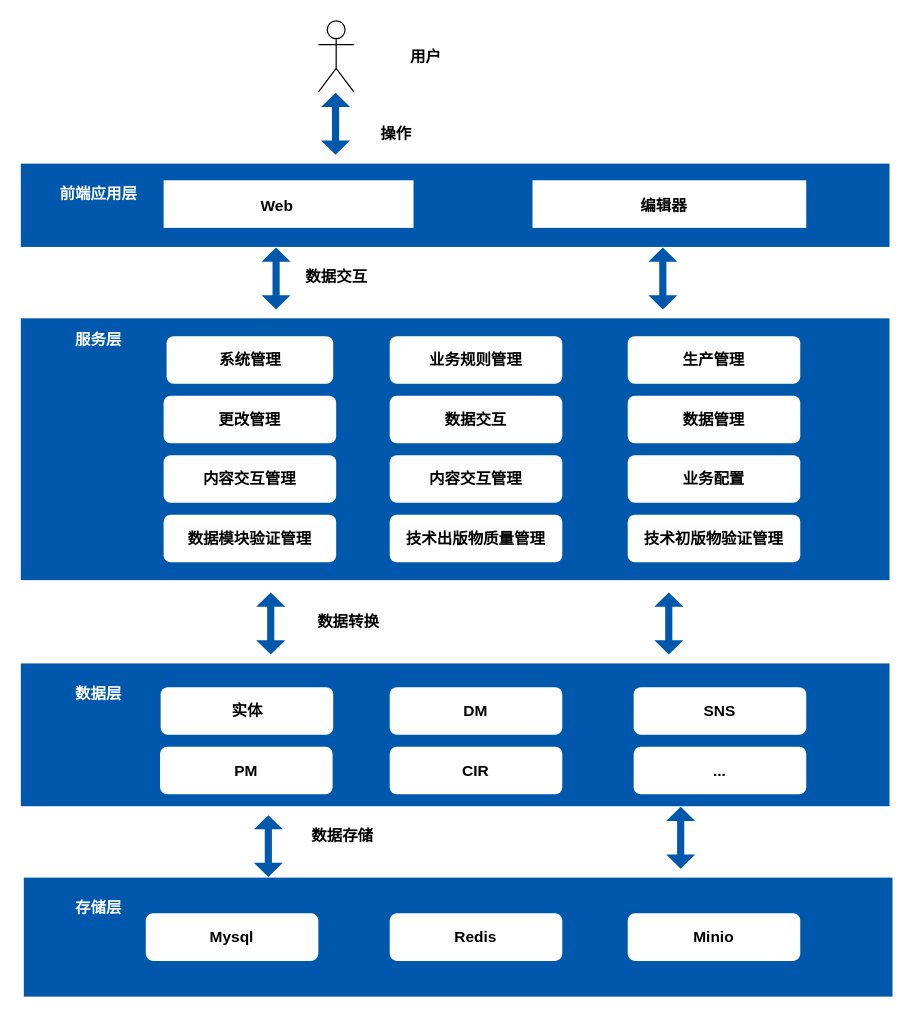
The draw.io diagram csdb/数据架构图.drawio in DemonHan/KuickBuy, before the edit. Source tidied: cells renumbered, new cells numbered last; positions are measured from the earlier drawing's top-left corner, leaving out a move shared by most shapes. Both pictures are drawn from the tidied source at 119%, with x=0, y=0 at pixel (20, 20).
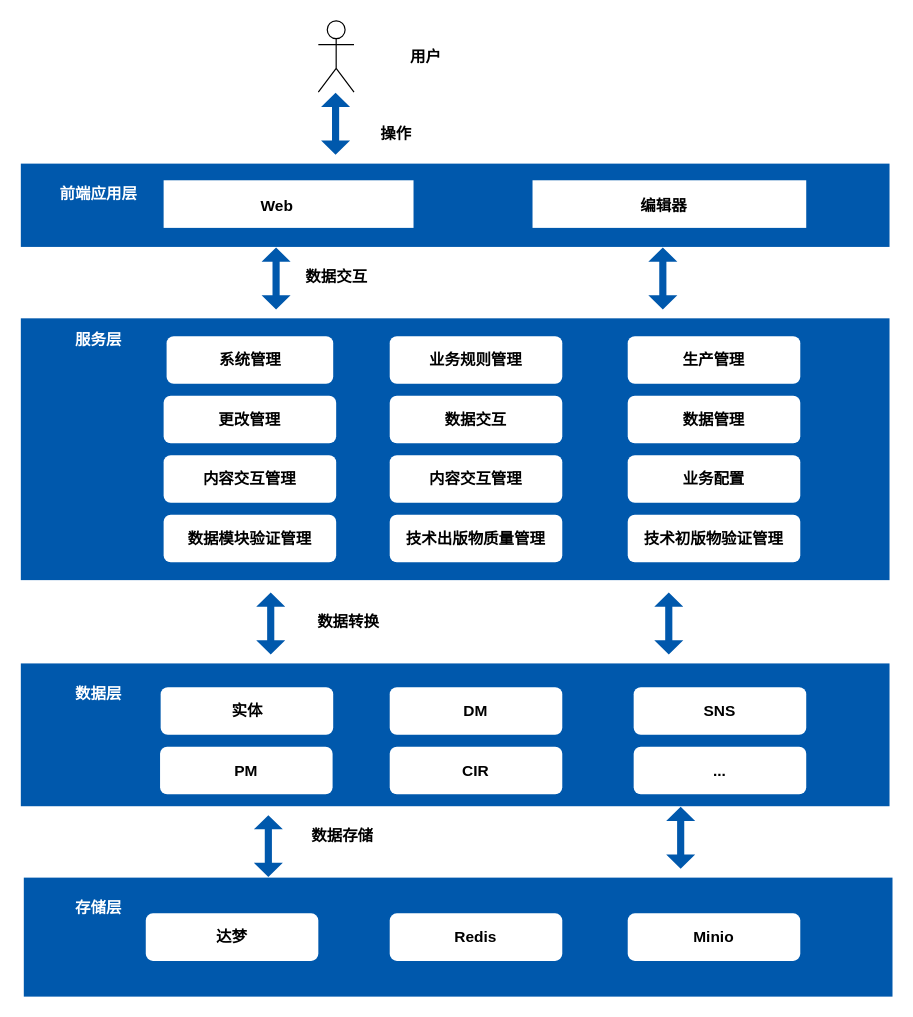
After the change.

Commit message:
更新数据架构图.drawio

Diff of the diagram source:
```diff
@@
-    <mxCell id="40" value="Mysql" style="rounded=1;whiteSpace=wrap;html=1;fontStyle=1;fontSize=13;strokeColor=none;fillColor=#FFFFFF;fontColor=#000000;" parent="1" vertex="1">
+    <mxCell id="40" value="达梦" style="rounded=1;whiteSpace=wrap;html=1;fontStyle=1;fontSize=13;strokeColor=none;fillColor=#FFFFFF;fontColor=#000000;" parent="1" vertex="1">
       <mxGeometry x="105" y="750" width="145" height="40" as="geometry" />
     </mxCell>
```
